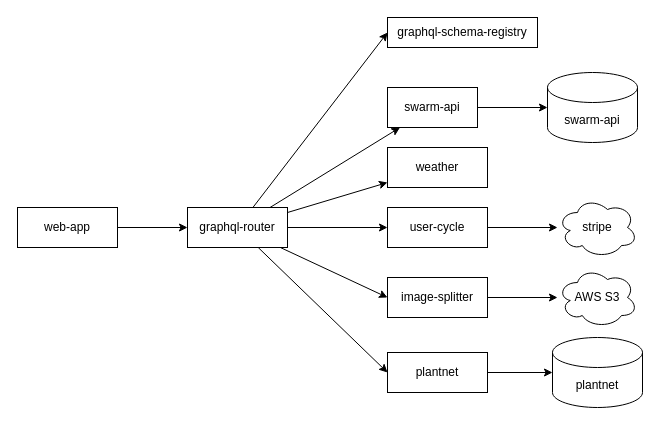
Earlier version of the draw.io diagram docs/diagram.dio (Gratheon/web-app). Source tidied: cells renumbered, new cells numbered last; positions are measured from the earlier drawing's top-left corner, leaving out a move shared by most shapes. Both pictures are drawn from the tidied source at 100%, with x=0, y=0 at pixel (17, 17).
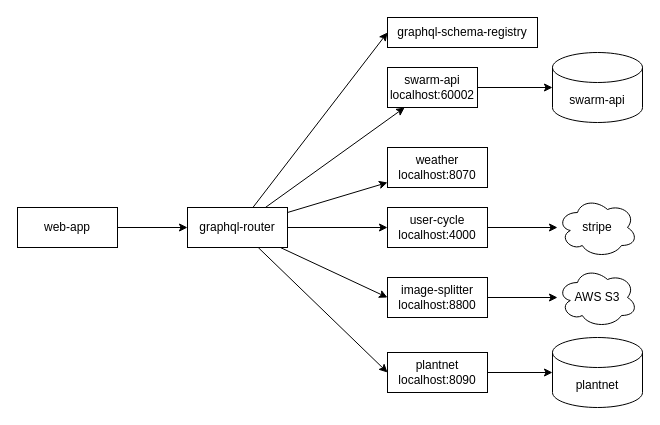
The same diagram, later.

Change to the diagram source:
```diff
@@
-    <mxCell id="12" value="swarm-api" style="whiteSpace=wrap;html=1;rounded=0;" parent="1" vertex="1">
-      <mxGeometry x="370" y="70" width="90" height="40" as="geometry" />
+    <mxCell id="12" value="swarm-api&lt;br&gt;localhost:60002" style="whiteSpace=wrap;html=1;rounded=0;" parent="1" vertex="1">
+      <mxGeometry x="370" y="50" width="90" height="40" as="geometry" />
     </mxCell>
@@
-    <mxCell id="14" value="weather" style="rounded=0;whiteSpace=wrap;html=1;" parent="1" vertex="1">
+    <mxCell id="14" value="weather&lt;br&gt;localhost:8070" style="rounded=0;whiteSpace=wrap;html=1;" parent="1" vertex="1">
       <mxGeometry x="370" y="130" width="100" height="40" as="geometry" />
     </mxCell>
@@
-    <mxCell id="16" value="user-cycle" style="rounded=0;whiteSpace=wrap;html=1;" parent="1" vertex="1">
+    <mxCell id="16" value="user-cycle&lt;br&gt;localhost:4000" style="rounded=0;whiteSpace=wrap;html=1;" parent="1" vertex="1">
       <mxGeometry x="370" y="190" width="100" height="40" as="geometry" />
     </mxCell>
@@
-    <mxCell id="18" value="image-splitter" style="rounded=0;whiteSpace=wrap;html=1;" parent="1" vertex="1">
+    <mxCell id="18" value="image-splitter&lt;br&gt;localhost:8800" style="rounded=0;whiteSpace=wrap;html=1;" parent="1" vertex="1">
       <mxGeometry x="370" y="260" width="100" height="40" as="geometry" />
     </mxCell>
@@
-    <mxCell id="22" value="plantnet" style="rounded=0;whiteSpace=wrap;html=1;" parent="1" vertex="1">
+    <mxCell id="22" value="plantnet&lt;br&gt;localhost:8090" style="rounded=0;whiteSpace=wrap;html=1;" parent="1" vertex="1">
       <mxGeometry x="370" y="335" width="100" height="40" as="geometry" />
     </mxCell>
     <mxCell id="23" value="swarm-api" style="shape=cylinder3;whiteSpace=wrap;html=1;boundedLbl=1;backgroundOutline=1;size=15;" parent="1" vertex="1">
-      <mxGeometry x="530" y="55" width="90" height="70" as="geometry" />
+      <mxGeometry x="535" y="35" width="90" height="70" as="geometry" />
     </mxCell>
```
